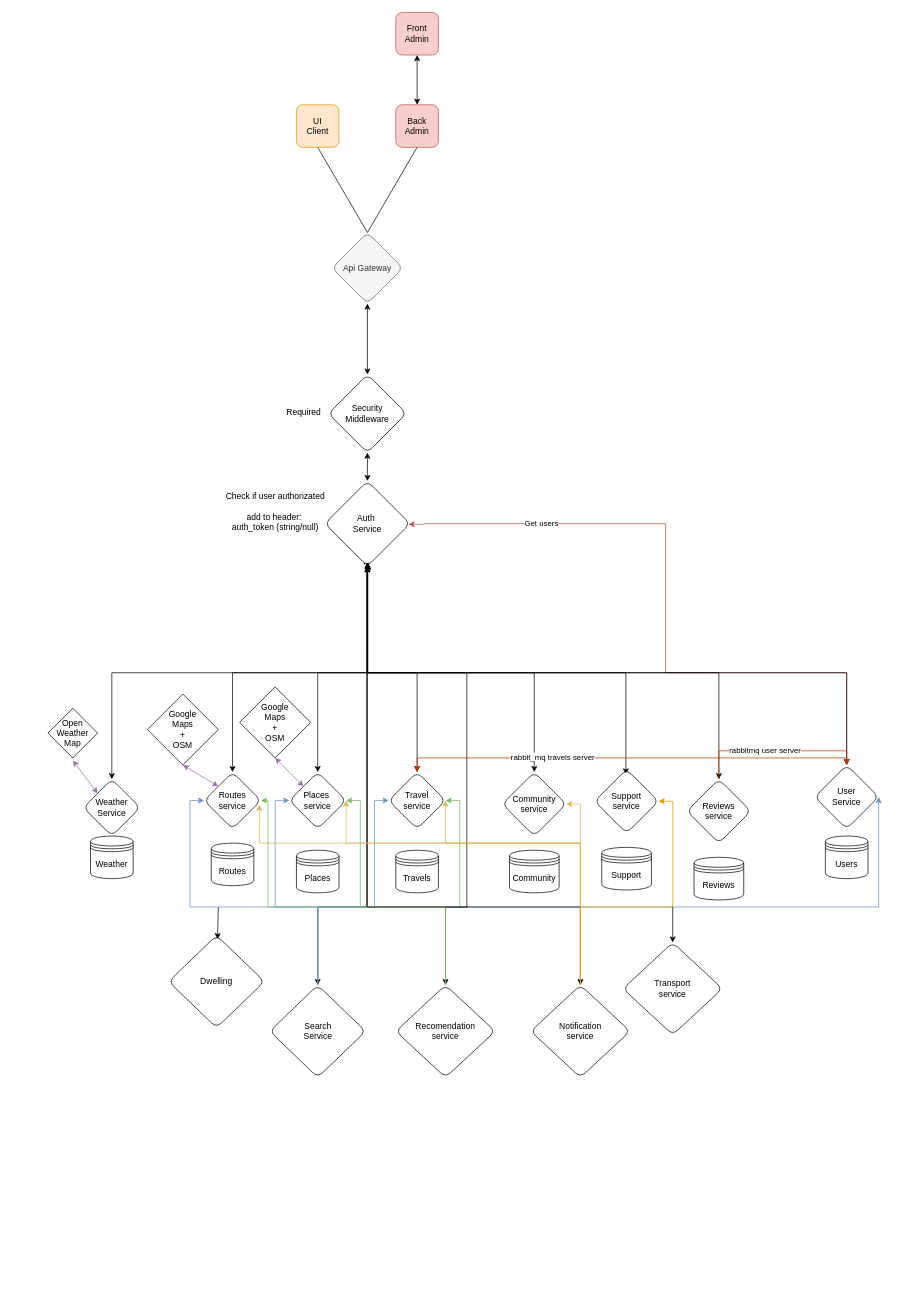
AndrewVozniak/WorldPath keeps this draw.io diagram as page "main" (1 of 2) of devStorage/ArchitectureWorldPath.drawio. Above is the earlier version. Source tidied: cells renumbered, new cells numbered last; positions are measured from the earlier drawing's top-left corner, leaving out a move shared by most shapes. Both pictures are drawn from the tidied source at 71%, with x=0, y=0 at pixel (12, 12).
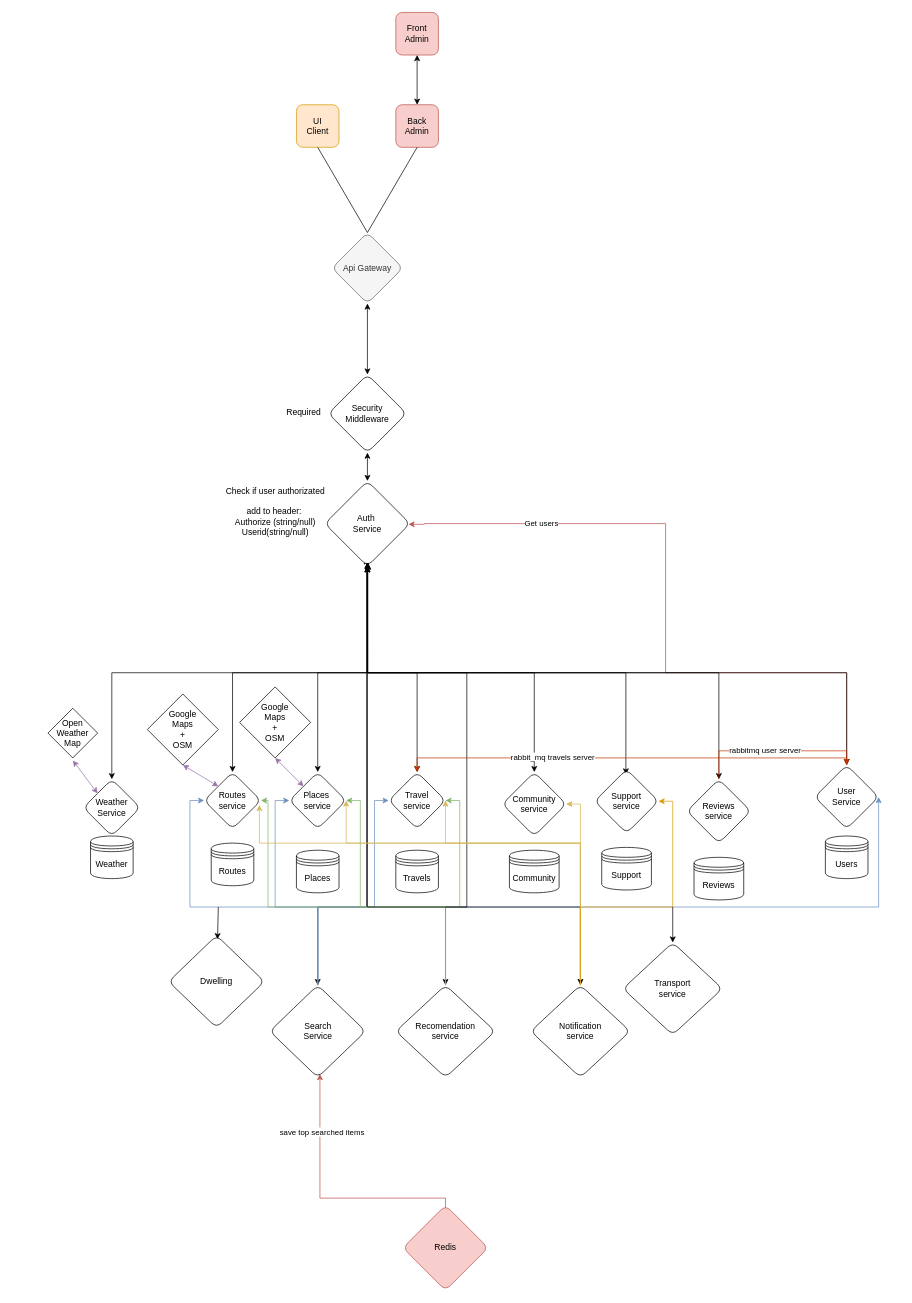
Above is the later version.

Unchanged cells that the change refers to:
```xml
<mxCell id="18" value="Search &lt;br&gt;Service" style="rhombus;whiteSpace=wrap;html=1;rounded=1;" parent="1" vertex="1">
  <mxGeometry x="362.5" y="1370" width="135" height="130" as="geometry" />
</mxCell>
```

What changed in the source:
```diff
@@
-    <mxCell id="25" value="Check if user authorizated&lt;br&gt;&lt;br&gt;add to header:&amp;nbsp;&lt;br&gt;auth_token (string/null)" style="text;html=1;align=center;verticalAlign=middle;strokeColor=none;fillColor=none;" parent="1" vertex="1">
-      <mxGeometry x="290" y="668" width="160" height="70" as="geometry" />
+    <mxCell id="25" value="Check if user authorizated&lt;br&gt;&lt;br&gt;add to header:&amp;nbsp;&lt;br&gt;Authorize (string/null)&lt;br&gt;Userid(string/null)" style="text;html=1;align=center;verticalAlign=middle;strokeColor=none;fillColor=none;" parent="1" vertex="1">
+      <mxGeometry x="290" y="658" width="160" height="90" as="geometry" />
     </mxCell>
@@
+    <mxCell id="81" style="edgeStyle=orthogonalEdgeStyle;rounded=0;jettySize=auto;html=1;fillColor=#f8cecc;strokeColor=#b85450;entryX=0.523;entryY=0.964;entryDx=0;entryDy=0;entryPerimeter=0;" parent="1" edge="1" target="18">
+      <mxGeometry relative="1" as="geometry">
+        <mxPoint x="610" y="1690" as="sourcePoint" />
+        <Array as="points">
+          <mxPoint x="610" y="1670" />
+          <mxPoint x="433" y="1670" />
+        </Array>
+      </mxGeometry>
+    </mxCell>
+    <mxCell id="82" value="save top searched items" style="edgeLabel;html=1;align=center;verticalAlign=middle;" parent="81" vertex="1">
+      <mxGeometry x="0.56" y="-2" relative="1" as="geometry" />
+    </mxCell>
+    <mxCell id="83" value="Redis" style="rhombus;whiteSpace=wrap;html=1;rounded=1;fillColor=#f8cecc;strokeColor=#b85450;" parent="1" vertex="1">
+      <mxGeometry x="550" y="1680" width="120" height="120" as="geometry" />
+    </mxCell>
```
